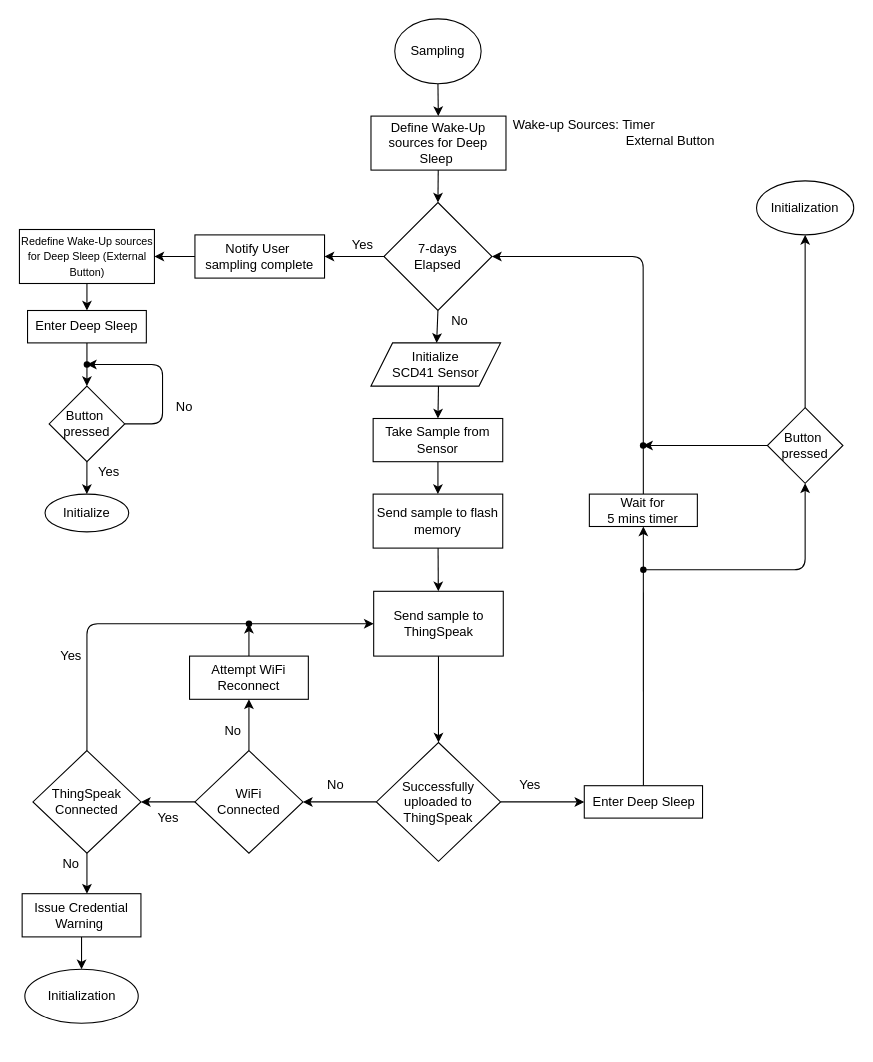
This is page "Sampling" (2 of 3) of SWFlowchart.drawio from EE-Team10-Capstone/Diagrams, a draw.io file, before an edit. Source tidied: cells renumbered, new cells numbered last; positions are measured from the earlier drawing's top-left corner, leaving out a move shared by most shapes. Both pictures are drawn from the tidied source at 108%, with x=0, y=0 at pixel (19, 18).
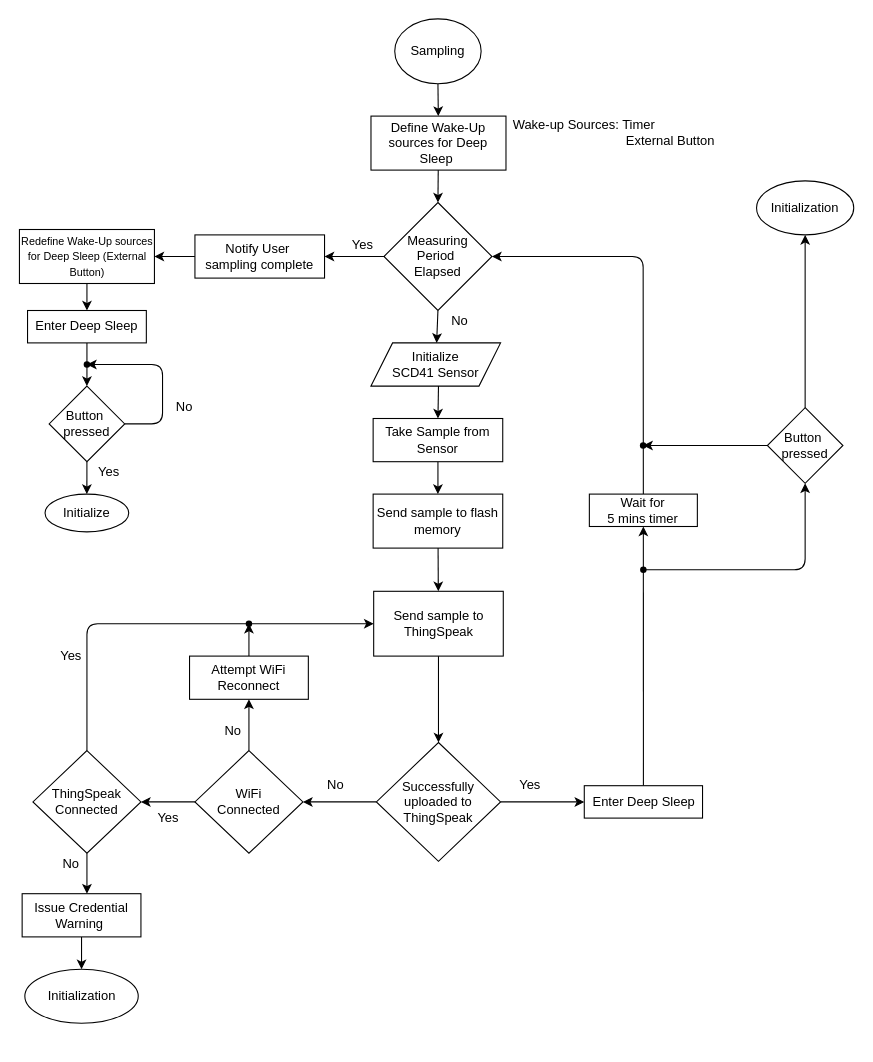
The same page after the edit.

What changed in the source:
```diff
@@
-    <mxCell id="51" value="7-days&lt;br&gt;Elapsed" style="rhombus;whiteSpace=wrap;html=1;" parent="1" vertex="1">
+    <mxCell id="51" value="&lt;span&gt;Measuring&lt;/span&gt;&lt;br&gt;&lt;span&gt;Period&amp;nbsp;&lt;/span&gt;&lt;br&gt;&lt;span&gt;Elapsed&lt;/span&gt;" style="rhombus;whiteSpace=wrap;html=1;" parent="1" vertex="1">
       <mxGeometry x="337" y="170" width="100" height="100" as="geometry" />
     </mxCell>
```
